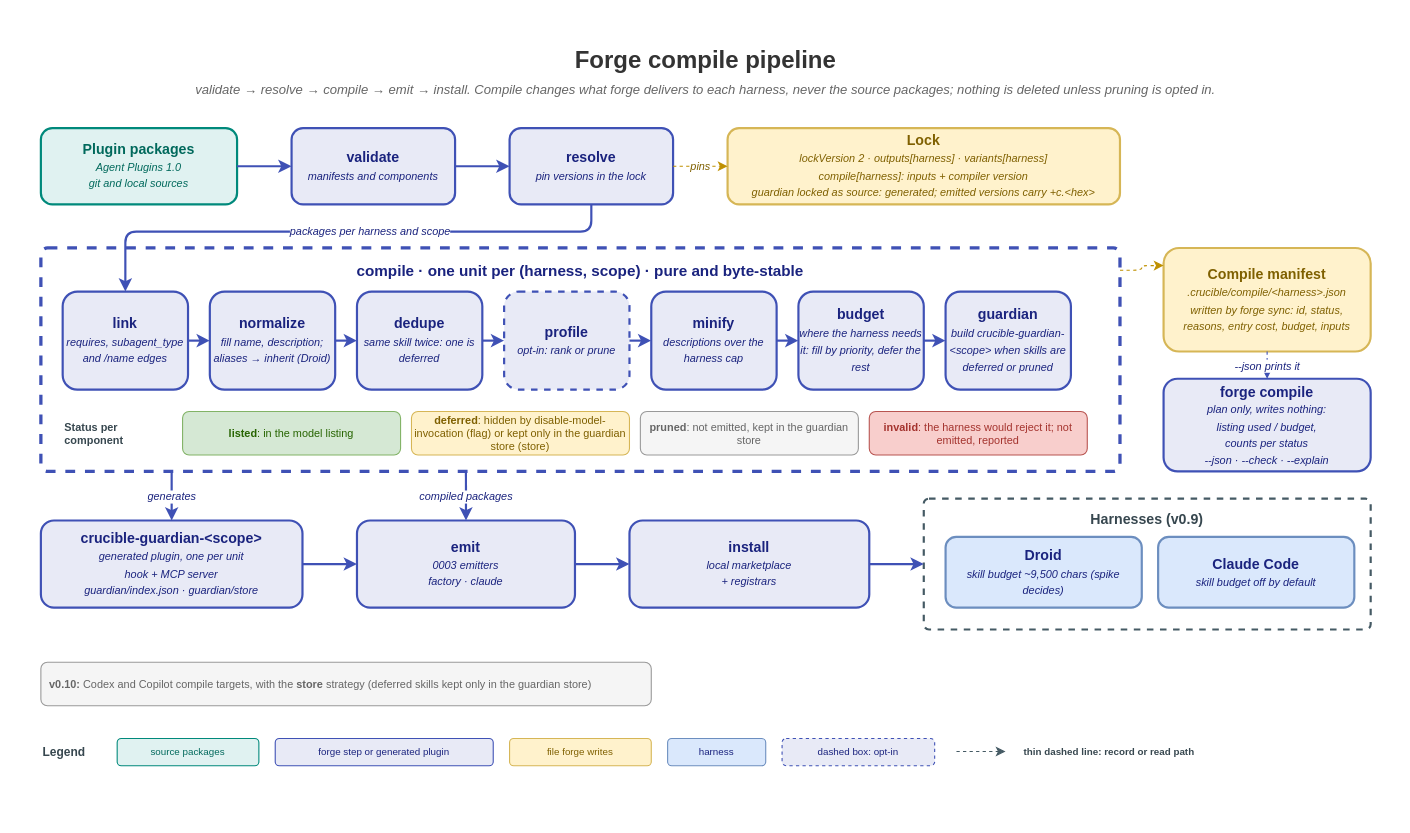
Earlier version of the draw.io diagram forge/diagrams/forge-compiler-pipeline.drawio (crucibledx/assets). Source tidied: cells renumbered, new cells numbered last; positions are measured from the earlier drawing's top-left corner, leaving out a move shared by most shapes. Both pictures are drawn from the tidied source at 109%, with x=0, y=0 at pixel (19, 19).
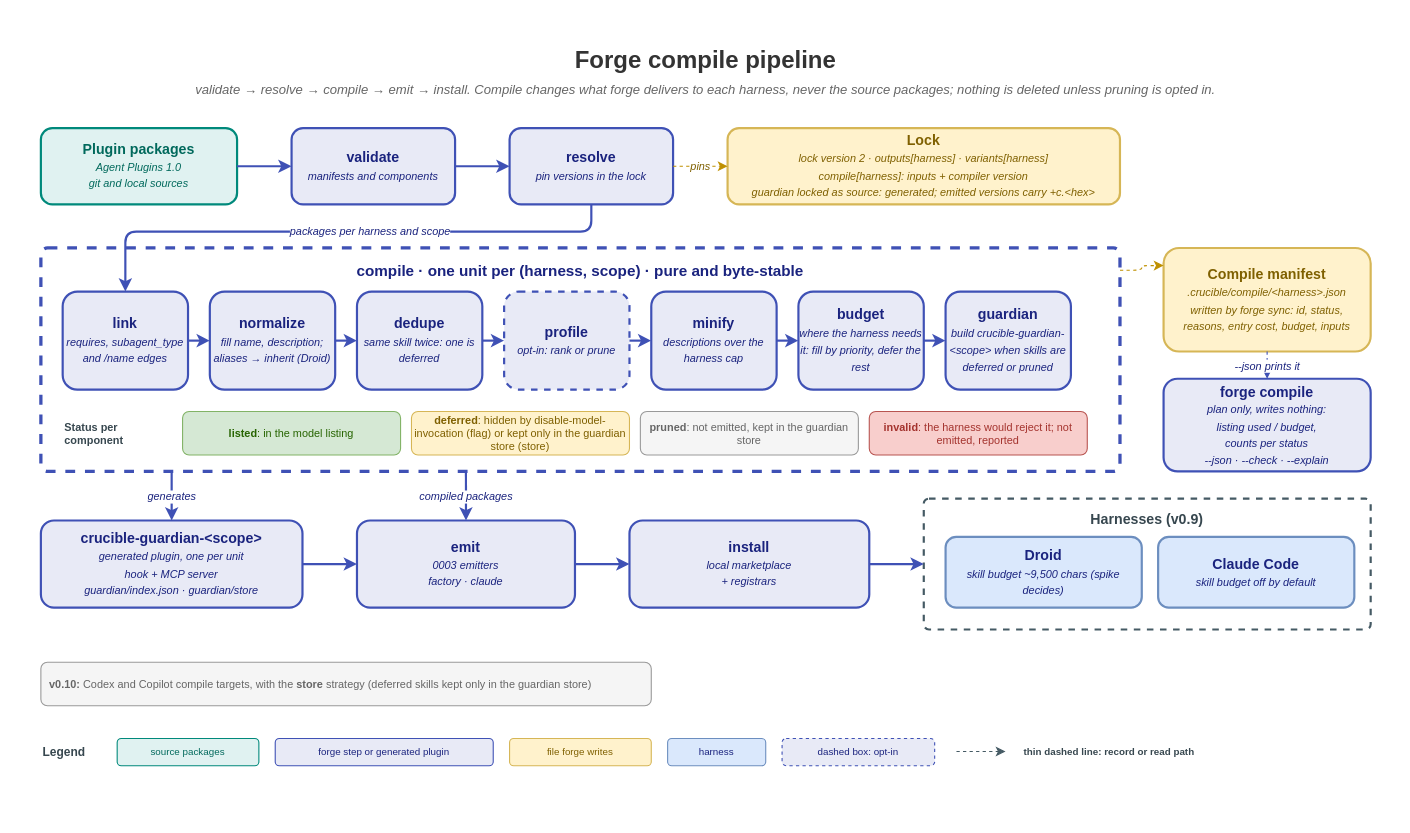
The same diagram, later.

Commit message (it also covers changes not shown here):
diagrams: name the lock's version field as in spec 0005

What changed in the source:
```diff
@@
-    <mxCell id="8" value="Lock&lt;br&gt;&lt;i style=&quot;font-size:10px;font-weight:normal&quot;&gt;lockVersion 2 · outputs[harness] · variants[harness]&lt;br&gt;compile[harness]: inputs + compiler version&lt;br&gt;guardian locked as source: generated; emitted versions carry +c.&amp;lt;hex&amp;gt;&lt;/i&gt;" style="rounded=1;whiteSpace=wrap;html=1;fillColor=#fff2cc;strokeColor=#d6b656;fontColor=#7f6000;fontSize=13;fontStyle=1;strokeWidth=2;" parent="1" vertex="1">
+    <mxCell id="8" value="Lock&lt;br&gt;&lt;i style=&quot;font-size:10px;font-weight:normal&quot;&gt;lock version 2 · outputs[harness] · variants[harness]&lt;br&gt;compile[harness]: inputs + compiler version&lt;br&gt;guardian locked as source: generated; emitted versions carry +c.&amp;lt;hex&amp;gt;&lt;/i&gt;" style="rounded=1;whiteSpace=wrap;html=1;fillColor=#fff2cc;strokeColor=#d6b656;fontColor=#7f6000;fontSize=13;fontStyle=1;strokeWidth=2;" parent="1" vertex="1">
       <mxGeometry x="650" y="100" width="360" height="70" as="geometry" />
     </mxCell>
```
